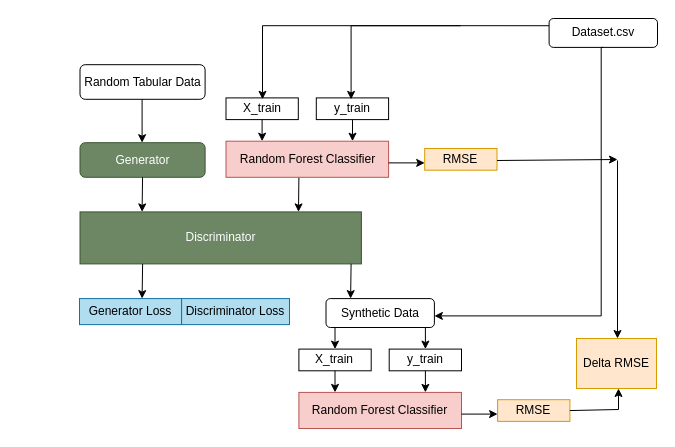
Above: Untitled Diagram.drawio in Hameon4/Vanilla-GAN-Based-Training-for-Binary-Classifier (draw.io), before the change. Source tidied: cells renumbered, new cells numbered last; positions are measured from the earlier drawing's top-left corner, leaving out a move shared by most shapes. Both pictures are drawn from the tidied source at 100%, with x=0, y=0 at pixel (17, 18).
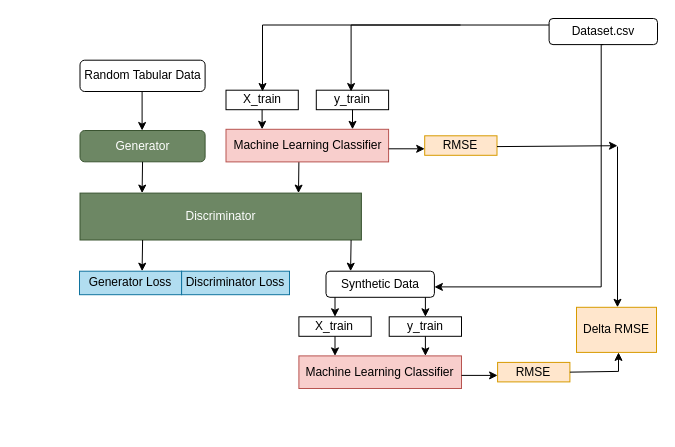
The same page after the edit.

Change to the diagram source:
```diff
@@
+    <mxCell id="42" style="group;" parent="1" vertex="1">
+      <mxGeometry width="640" height="370" as="geometry" />
+    </mxCell>
-    <mxCell id="2" style="group;" parent="1" vertex="1">
-      <mxGeometry width="640" height="410" as="geometry" />
+    <mxCell id="2" style="group;" parent="42" vertex="1">
+      <mxGeometry width="640" height="370" as="geometry" />
     </mxCell>
     <mxCell id="3" value="Random Tabular Data" style="rounded=1;whiteSpace=wrap;html=1;fontSize=12;glass=0;strokeWidth=1;shadow=0;" parent="2" vertex="1">
-      <mxGeometry x="62.5" y="46.2" width="125.1" height="34.6" as="geometry" />
+      <mxGeometry x="62.5" y="41.7" width="125.1" height="31.3" as="geometry" />
     </mxCell>
     <mxCell id="4" value="Discriminator" style="rounded=0;whiteSpace=wrap;html=1;fillColor=#6d8764;fontColor=#ffffff;strokeColor=#3A5431;" parent="2" vertex="1">
-      <mxGeometry x="62.5" y="193.4" width="281.4" height="52" as="geometry" />
+      <mxGeometry x="62.5" y="174.6" width="281.4" height="46.9" as="geometry" />
     </mxCell>
     <mxCell id="5" value="Generator" style="rounded=1;whiteSpace=wrap;html=1;fillColor=#6d8764;fontColor=#ffffff;strokeColor=#3A5431;" parent="2" vertex="1">
-      <mxGeometry x="62.5" y="124.2" width="125.1" height="34.6" as="geometry" />
+      <mxGeometry x="62.5" y="112" width="125.1" height="31.3" as="geometry" />
     </mxCell>
     <mxCell id="6" value="Generator&amp;nbsp;Loss" style="rounded=0;whiteSpace=wrap;html=1;fillColor=#b1ddf0;strokeColor=#10739e;" parent="2" vertex="1">
-      <mxGeometry x="62" y="280.1" width="102.1" height="26" as="geometry" />
+      <mxGeometry x="62" y="252.7" width="102.1" height="23.5" as="geometry" />
     </mxCell>
     <mxCell id="7" value="Discriminator Loss" style="rounded=0;whiteSpace=wrap;html=1;fillColor=#b1ddf0;strokeColor=#10739e;" parent="2" vertex="1">
-      <mxGeometry x="164.1" y="280.1" width="107.9" height="26" as="geometry" />
+      <mxGeometry x="164.1" y="252.7" width="107.9" height="23.5" as="geometry" />
     </mxCell>
     <mxCell id="8" style="endArrow=classic;html=1;rounded=0;" parent="2" edge="1">
       <mxGeometry relative="1" as="geometry">
-        <mxPoint x="124.6" y="80.8" as="sourcePoint" />
-        <mxPoint x="124.6" y="124.2" as="targetPoint" />
+        <mxPoint x="124.6" y="73" as="sourcePoint" />
+        <mxPoint x="124.6" y="112" as="targetPoint" />
       </mxGeometry>
     </mxCell>
     <mxCell id="9" style="endArrow=classic;html=1;rounded=0;exitX=0.5;exitY=1;exitDx=0;exitDy=0;" parent="2" edge="1" source="5">
       <mxGeometry relative="1" as="geometry">
-        <mxPoint x="124.6" y="193.4" as="targetPoint" />
+        <mxPoint x="124.6" y="174.6" as="targetPoint" />
       </mxGeometry>
     </mxCell>
     <mxCell id="10" style="endArrow=classic;html=1;rounded=0;exitX=0.5;exitY=1;exitDx=0;exitDy=0;" parent="2" edge="1">
       <mxGeometry relative="1" as="geometry">
-        <mxPoint x="281.4" y="158.8" as="sourcePoint" />
-        <mxPoint x="281" y="193.4" as="targetPoint" />
+        <mxPoint x="281.4" y="143.3" as="sourcePoint" />
+        <mxPoint x="281" y="174.6" as="targetPoint" />
       </mxGeometry>
     </mxCell>
     <mxCell id="11" style="endArrow=classic;html=1;rounded=0;exitX=0.5;exitY=1;exitDx=0;exitDy=0;" parent="2" edge="1">
       <mxGeometry relative="1" as="geometry">
-        <mxPoint x="333.6" y="245.4" as="sourcePoint" />
-        <mxPoint x="333.1" y="280.1" as="targetPoint" />
+        <mxPoint x="333.6" y="221.5" as="sourcePoint" />
+        <mxPoint x="333.1" y="252.7" as="targetPoint" />
       </mxGeometry>
     </mxCell>
     <mxCell id="12" style="endArrow=classic;html=1;rounded=0;exitX=0.5;exitY=1;exitDx=0;exitDy=0;" parent="2" edge="1">
       <mxGeometry relative="1" as="geometry">
-        <mxPoint x="125.1" y="245.4" as="sourcePoint" />
-        <mxPoint x="124.6" y="280.1" as="targetPoint" />
+        <mxPoint x="125.1" y="221.5" as="sourcePoint" />
+        <mxPoint x="124.6" y="252.7" as="targetPoint" />
       </mxGeometry>
     </mxCell>
     <mxCell id="13" style="group;" parent="2" vertex="1">
-      <mxGeometry x="281.4" y="280.1" width="271" height="129.9" as="geometry" />
+      <mxGeometry x="281.4" y="252.7" width="271" height="117.3" as="geometry" />
     </mxCell>
     <mxCell id="14" style="group;" parent="13" vertex="1">
-      <mxGeometry width="162.6" height="129.9" as="geometry" />
+      <mxGeometry width="162.6" height="117.3" as="geometry" />
     </mxCell>
     <mxCell id="15" value="Synthetic Data" style="rounded=1;whiteSpace=wrap;html=1;fontSize=12;glass=0;strokeWidth=1;shadow=0;" parent="14" vertex="1">
-      <mxGeometry x="27.1" width="108.4" height="28.9" as="geometry" />
+      <mxGeometry x="27.1" width="108.4" height="26.1" as="geometry" />
     </mxCell>
     <mxCell id="16" value="X_train" style="rounded=0;whiteSpace=wrap;html=1;" parent="14" vertex="1">
-      <mxGeometry y="50.5" width="72.3" height="21.7" as="geometry" />
+      <mxGeometry y="45.6" width="72.3" height="19.5" as="geometry" />
     </mxCell>
     <mxCell id="17" value="y_train" style="rounded=0;whiteSpace=wrap;html=1;" parent="14" vertex="1">
-      <mxGeometry x="90.3" y="50.5" width="72.3" height="21.7" as="geometry" />
+      <mxGeometry x="90.3" y="45.6" width="72.3" height="19.5" as="geometry" />
     </mxCell>
     <mxCell id="18" style="endArrow=classic;html=1;rounded=0;" parent="14" edge="1">
       <mxGeometry relative="1" as="geometry">
-        <mxPoint x="36.1" y="28.9" as="sourcePoint" />
-        <mxPoint x="36.1" y="50.5" as="targetPoint" />
+        <mxPoint x="36.1" y="26.1" as="sourcePoint" />
+        <mxPoint x="36.1" y="45.6" as="targetPoint" />
       </mxGeometry>
     </mxCell>
     <mxCell id="19" style="endArrow=classic;html=1;rounded=0;" parent="14" edge="1">
       <mxGeometry relative="1" as="geometry">
-        <mxPoint x="126.5" y="28.9" as="sourcePoint" />
-        <mxPoint x="126.5" y="50.5" as="targetPoint" />
+        <mxPoint x="126.5" y="26.1" as="sourcePoint" />
+        <mxPoint x="126.5" y="45.6" as="targetPoint" />
       </mxGeometry>
     </mxCell>
-    <mxCell id="20" value="Random Forest Classifier" style="rounded=0;whiteSpace=wrap;html=1;fillColor=#f8cecc;strokeColor=#b85450;" parent="14" vertex="1">
-      <mxGeometry y="93.8" width="162.6" height="36.1" as="geometry" />
+    <mxCell id="20" value="Machine Learning Classifier" style="rounded=0;whiteSpace=wrap;html=1;fillColor=#f8cecc;strokeColor=#b85450;" parent="14" vertex="1">
+      <mxGeometry y="84.7" width="162.6" height="32.6" as="geometry" />
     </mxCell>
     <mxCell id="21" style="endArrow=classic;html=1;rounded=0;" parent="14" edge="1">
       <mxGeometry relative="1" as="geometry">
-        <mxPoint x="36.1" y="72.2" as="sourcePoint" />
-        <mxPoint x="36.1" y="93.8" as="targetPoint" />
+        <mxPoint x="36.1" y="65.1" as="sourcePoint" />
+        <mxPoint x="36.1" y="84.7" as="targetPoint" />
       </mxGeometry>
     </mxCell>
     <mxCell id="22" style="endArrow=classic;html=1;rounded=0;" parent="14" edge="1">
       <mxGeometry relative="1" as="geometry">
-        <mxPoint x="126.5" y="72.2" as="sourcePoint" />
-        <mxPoint x="126.5" y="93.8" as="targetPoint" />
+        <mxPoint x="126.5" y="65.1" as="sourcePoint" />
+        <mxPoint x="126.5" y="84.7" as="targetPoint" />
       </mxGeometry>
     </mxCell>
     <mxCell id="23" style="endArrow=classic;html=1;rounded=0;" parent="13" edge="1">
       <mxGeometry relative="1" as="geometry">
-        <mxPoint x="162.6" y="115.5" as="sourcePoint" />
-        <mxPoint x="198.7" y="115.5" as="targetPoint" />
+        <mxPoint x="162.6" y="104.2" as="sourcePoint" />
+        <mxPoint x="198.7" y="104.2" as="targetPoint" />
       </mxGeometry>
     </mxCell>
     <mxCell id="24" value="RMSE" style="rounded=0;whiteSpace=wrap;html=1;fillColor=#ffe6cc;strokeColor=#d79b00;" parent="13" vertex="1">
-      <mxGeometry x="198.7" y="101.1" width="72.3" height="21.7" as="geometry" />
+      <mxGeometry x="198.7" y="91.2" width="72.3" height="19.5" as="geometry" />
     </mxCell>
     <mxCell id="25" style="group;" parent="2" vertex="1">
-      <mxGeometry x="208.5" y="28.9" width="271" height="129.9" as="geometry" />
+      <mxGeometry x="208.5" y="26.1" width="271" height="117.3" as="geometry" />
     </mxCell>
     <mxCell id="26" style="group;" parent="25" vertex="1">
-      <mxGeometry width="162.6" height="129.9" as="geometry" />
+      <mxGeometry width="162.6" height="117.3" as="geometry" />
     </mxCell>
     <mxCell id="27" value="X_train" style="rounded=0;whiteSpace=wrap;html=1;" parent="26" vertex="1">
-      <mxGeometry y="50.5" width="72.3" height="21.7" as="geometry" />
+      <mxGeometry y="45.6" width="72.3" height="19.5" as="geometry" />
     </mxCell>
     <mxCell id="28" value="y_train" style="rounded=0;whiteSpace=wrap;html=1;" parent="26" vertex="1">
-      <mxGeometry x="90.3" y="50.5" width="72.3" height="21.7" as="geometry" />
+      <mxGeometry x="90.3" y="45.6" width="72.3" height="19.5" as="geometry" />
     </mxCell>
-    <mxCell id="29" value="Random Forest Classifier" style="rounded=0;whiteSpace=wrap;html=1;fillColor=#f8cecc;strokeColor=#b85450;" parent="26" vertex="1">
-      <mxGeometry y="93.8" width="162.6" height="36.1" as="geometry" />
+    <mxCell id="29" value="Machine Learning Classifier" style="rounded=0;whiteSpace=wrap;html=1;fillColor=#f8cecc;strokeColor=#b85450;" parent="26" vertex="1">
+      <mxGeometry y="84.7" width="162.6" height="32.6" as="geometry" />
     </mxCell>
     <mxCell id="30" style="endArrow=classic;html=1;rounded=0;" parent="26" edge="1">
       <mxGeometry relative="1" as="geometry">
-        <mxPoint x="36.1" y="72.2" as="sourcePoint" />
-        <mxPoint x="36.1" y="93.8" as="targetPoint" />
+        <mxPoint x="36.1" y="65.1" as="sourcePoint" />
+        <mxPoint x="36.1" y="84.7" as="targetPoint" />
       </mxGeometry>
     </mxCell>
     <mxCell id="31" style="endArrow=classic;html=1;rounded=0;" parent="26" edge="1">
       <mxGeometry relative="1" as="geometry">
-        <mxPoint x="126.5" y="72.2" as="sourcePoint" />
-        <mxPoint x="126.5" y="93.8" as="targetPoint" />
+        <mxPoint x="126.5" y="65.1" as="sourcePoint" />
+        <mxPoint x="126.5" y="84.7" as="targetPoint" />
       </mxGeometry>
     </mxCell>
     <mxCell id="32" style="edgeStyle=segmentEdgeStyle;endArrow=classic;html=1;rounded=0;exitX=0;exitY=0.25;exitDx=0;exitDy=0;" parent="26" edge="1" source="35">
       <mxGeometry relative="1" as="geometry">
-        <mxPoint x="125.1" y="52" as="targetPoint" />
+        <mxPoint x="125.1" y="46.9" as="targetPoint" />
       </mxGeometry>
     </mxCell>
     <mxCell id="33" style="endArrow=classic;html=1;rounded=0;" parent="25" edge="1">
       <mxGeometry relative="1" as="geometry">
-        <mxPoint x="162.6" y="115.5" as="sourcePoint" />
-        <mxPoint x="198.7" y="115.5" as="targetPoint" />
+        <mxPoint x="162.6" y="104.2" as="sourcePoint" />
+        <mxPoint x="198.7" y="104.2" as="targetPoint" />
       </mxGeometry>
     </mxCell>
     <mxCell id="34" value="RMSE" style="rounded=0;whiteSpace=wrap;html=1;fillColor=#ffe6cc;strokeColor=#d79b00;" parent="25" vertex="1">
-      <mxGeometry x="198.7" y="101.1" width="72.3" height="21.7" as="geometry" />
+      <mxGeometry x="198.7" y="91.2" width="72.3" height="19.5" as="geometry" />
     </mxCell>
     <mxCell id="35" value="Dataset.csv" style="rounded=1;whiteSpace=wrap;html=1;fontSize=12;glass=0;strokeWidth=1;shadow=0;" parent="2" vertex="1">
-      <mxGeometry x="531.6" width="108.4" height="28.9" as="geometry" />
+      <mxGeometry x="531.6" width="108.4" height="26.1" as="geometry" />
     </mxCell>
     <mxCell id="36" style="edgeStyle=segmentEdgeStyle;endArrow=classic;html=1;rounded=0;exitX=0.5;exitY=1;exitDx=0;exitDy=0;" parent="2" edge="1" source="35">
       <mxGeometry relative="1" as="geometry">
-        <mxPoint x="416.9" y="297.4" as="targetPoint" />
+        <mxPoint x="416.9" y="268.4" as="targetPoint" />
         <Array as="points">
-          <mxPoint x="583.7" y="28.9" />
+          <mxPoint x="583.7" y="26.1" />
         </Array>
       </mxGeometry>
     </mxCell>
     <mxCell id="37" style="edgeStyle=segmentEdgeStyle;endArrow=classic;html=1;rounded=0;exitX=0;exitY=0.25;exitDx=0;exitDy=0;" parent="2" edge="1">
       <mxGeometry relative="1" as="geometry">
-        <mxPoint x="443" y="7.2" as="sourcePoint" />
-        <mxPoint x="245" y="80.8" as="targetPoint" />
+        <mxPoint x="443" y="6.5" as="sourcePoint" />
+        <mxPoint x="245" y="73" as="targetPoint" />
       </mxGeometry>
     </mxCell>
     <mxCell id="38" style="endArrow=classic;html=1;rounded=0;" parent="2" edge="1">
       <mxGeometry relative="1" as="geometry">
-        <mxPoint x="479.5" y="142" as="sourcePoint" />
-        <mxPoint x="600" y="141" as="targetPoint" />
+        <mxPoint x="479.5" y="128.1" as="sourcePoint" />
+        <mxPoint x="600" y="127.2" as="targetPoint" />
       </mxGeometry>
     </mxCell>
     <mxCell id="39" style="endArrow=classic;html=1;rounded=0;exitX=1;exitY=0.5;exitDx=0;exitDy=0;" parent="2" edge="1" source="24">
       <mxGeometry relative="1" as="geometry">
-        <mxPoint x="601" y="370" as="targetPoint" />
+        <mxPoint x="601" y="333.9" as="targetPoint" />
         <Array as="points">
-          <mxPoint x="601" y="391" />
+          <mxPoint x="601" y="352.9" />
         </Array>
       </mxGeometry>
     </mxCell>
     <mxCell id="40" style="endArrow=classic;html=1;rounded=0;" parent="2" edge="1">
       <mxGeometry relative="1" as="geometry">
-        <mxPoint x="600" y="142" as="sourcePoint" />
-        <mxPoint x="600" y="320" as="targetPoint" />
+        <mxPoint x="600" y="128.1" as="sourcePoint" />
+        <mxPoint x="600" y="288.8" as="targetPoint" />
       </mxGeometry>
     </mxCell>
-    <mxCell id="41" value="Delta RMSE" style="whiteSpace=wrap;html=1;fillColor=#ffe6cc;strokeColor=#d79b00;" parent="1" vertex="1">
-      <mxGeometry x="559" y="320" width="80" height="50" as="geometry" />
+    <mxCell id="41" value="Delta RMSE" style="whiteSpace=wrap;html=1;fillColor=#ffe6cc;strokeColor=#d79b00;" parent="42" vertex="1">
+      <mxGeometry x="559" y="288.8" width="80" height="45.1" as="geometry" />
     </mxCell>
```
